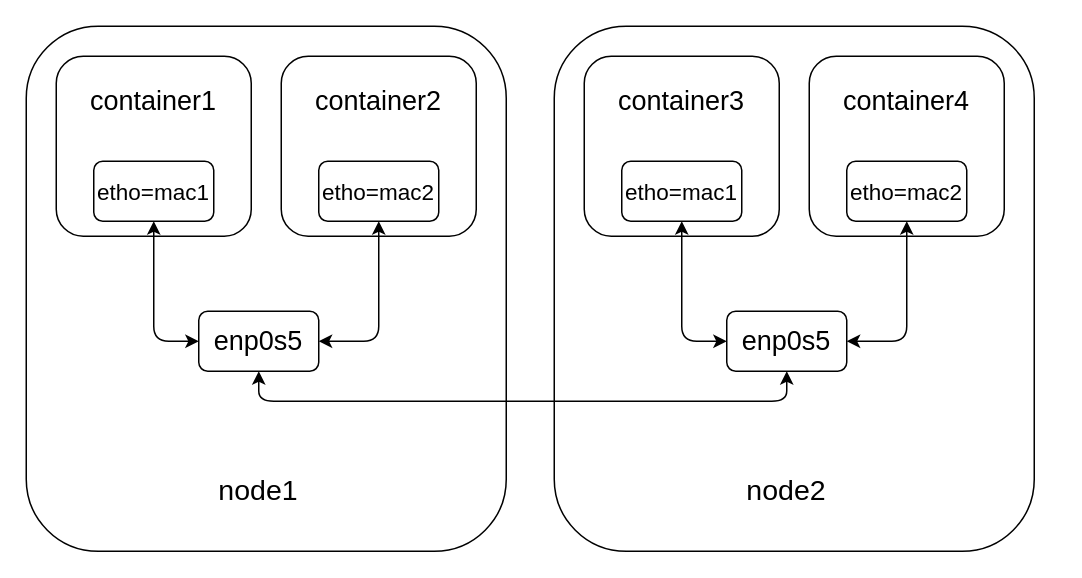
This is linux/linux_networl_dervice/images/macvlan_vlan_docker.drawio from lanzhiwang/awesome-huzhi, a draw.io file, before an edit. Source tidied: cells renumbered, new cells numbered last; positions are measured from the earlier drawing's top-left corner, leaving out a move shared by most shapes. Both pictures are drawn from the tidied source at 150%, with x=0, y=0 at pixel (26, 26).
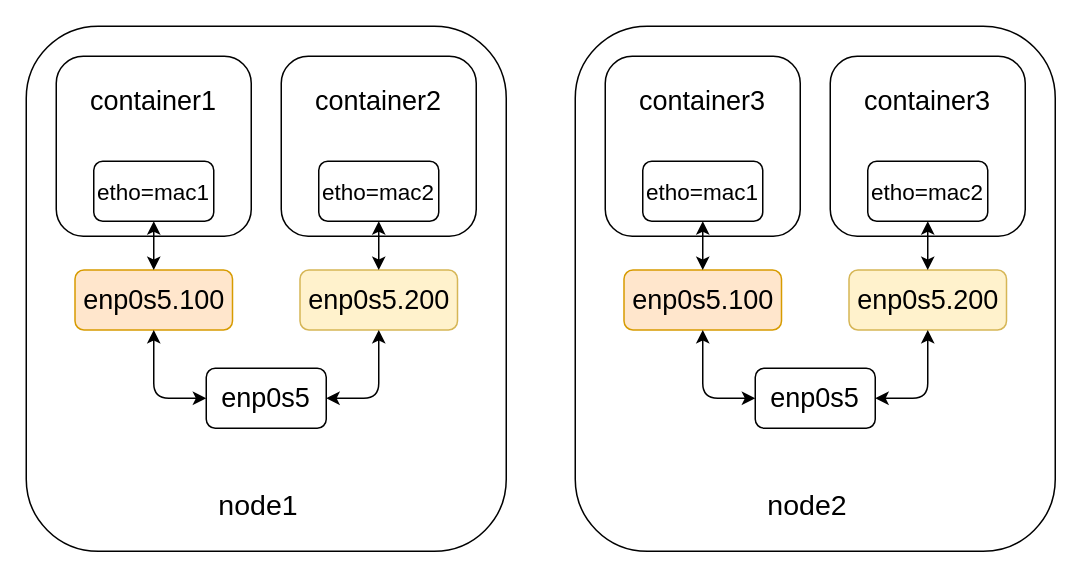
After the change.

The change refers to these unchanged cells:
```xml
<mxCell id="7" value="&lt;font style=&quot;font-size: 15px&quot;&gt;etho=mac1&lt;/font&gt;" style="rounded=1;whiteSpace=wrap;html=1;" parent="1" vertex="1">
  <mxGeometry x="45" y="90" width="80" height="40" as="geometry" />
</mxCell>
<mxCell id="10" value="&lt;font style=&quot;font-size: 15px&quot;&gt;etho=mac2&lt;/font&gt;" style="rounded=1;whiteSpace=wrap;html=1;" parent="1" vertex="1">
  <mxGeometry x="195" y="90" width="80" height="40" as="geometry" />
</mxCell>
```

Change to the diagram source:
```diff
@@
     <mxCell id="4" value="&lt;font style=&quot;font-size: 19px&quot;&gt;node1&lt;/font&gt;" style="rounded=1;whiteSpace=wrap;html=1;fillColor=#ffffff;strokeColor=none;" parent="1" vertex="1">
-      <mxGeometry x="120" y="290" width="70" height="40" as="geometry" />
+      <mxGeometry x="120" y="300" width="70" height="40" as="geometry" />
     </mxCell>
     <mxCell id="5" value="&lt;font style=&quot;font-size: 18px&quot;&gt;enp0s5&lt;/font&gt;" style="rounded=1;whiteSpace=wrap;html=1;" parent="1" vertex="1">
-      <mxGeometry x="115" y="190" width="80" height="40" as="geometry" />
+      <mxGeometry x="120" y="228" width="80" height="40" as="geometry" />
     </mxCell>
@@
-    <mxCell id="11" style="endArrow=classic;startArrow=classic;html=1;entryX=0.5;entryY=1;entryDx=0;entryDy=0;exitX=0;exitY=0.5;exitDx=0;exitDy=0;" parent="1" edge="1" source="5" target="7">
-      <mxGeometry relative="1" as="geometry">
-        <Array as="points">
-          <mxPoint x="85" y="210" />
-        </Array>
-      </mxGeometry>
-    </mxCell>
-    <mxCell id="12" style="endArrow=classic;startArrow=classic;html=1;entryX=0.5;entryY=1;entryDx=0;entryDy=0;exitX=1;exitY=0.5;exitDx=0;exitDy=0;" parent="1" edge="1" source="5" target="10">
-      <mxGeometry relative="1" as="geometry">
-        <Array as="points">
-          <mxPoint x="235" y="210" />
-        </Array>
-      </mxGeometry>
-    </mxCell>
-    <mxCell id="13" style="rounded=1;whiteSpace=wrap;html=1;" parent="1" vertex="1">
-      <mxGeometry x="352" width="320" height="350" as="geometry" />
-    </mxCell>
-    <mxCell id="14" style="rounded=1;whiteSpace=wrap;html=1;" parent="1" vertex="1">
-      <mxGeometry x="372" y="20" width="130" height="120" as="geometry" />
-    </mxCell>
+    <mxCell id="25" value="&lt;font style=&quot;font-size: 18px&quot;&gt;enp0s5.100&lt;/font&gt;" style="rounded=1;whiteSpace=wrap;html=1;fillColor=#ffe6cc;strokeColor=#d79b00;" parent="1" vertex="1">
+      <mxGeometry x="32.5" y="162.5" width="105" height="40" as="geometry" />
+    </mxCell>
+    <mxCell id="26" value="&lt;font style=&quot;font-size: 18px&quot;&gt;enp0s5.200&lt;/font&gt;" style="rounded=1;whiteSpace=wrap;html=1;fillColor=#fff2cc;strokeColor=#d6b656;" parent="1" vertex="1">
+      <mxGeometry x="182.5" y="162.5" width="105" height="40" as="geometry" />
+    </mxCell>
+    <mxCell id="27" style="endArrow=classic;startArrow=classic;html=1;exitX=0.5;exitY=1;exitDx=0;exitDy=0;" parent="1" edge="1" source="7" target="25">
+      <mxGeometry relative="1" as="geometry" />
+    </mxCell>
+    <mxCell id="28" style="endArrow=classic;startArrow=classic;html=1;exitX=0.5;exitY=1;exitDx=0;exitDy=0;" parent="1" edge="1" source="10" target="26">
+      <mxGeometry relative="1" as="geometry" />
+    </mxCell>
+    <mxCell id="29" style="endArrow=classic;startArrow=classic;html=1;exitX=0.5;exitY=1;exitDx=0;exitDy=0;entryX=0;entryY=0.5;entryDx=0;entryDy=0;" parent="1" edge="1" source="25" target="5">
+      <mxGeometry relative="1" as="geometry">
+        <Array as="points">
+          <mxPoint x="85" y="248" />
+        </Array>
+      </mxGeometry>
+    </mxCell>
+    <mxCell id="30" style="endArrow=classic;startArrow=classic;html=1;entryX=0.5;entryY=1;entryDx=0;entryDy=0;exitX=1;exitY=0.5;exitDx=0;exitDy=0;" parent="1" edge="1" source="5" target="26">
+      <mxGeometry relative="1" as="geometry">
+        <Array as="points">
+          <mxPoint x="235" y="248" />
+        </Array>
+      </mxGeometry>
+    </mxCell>
+    <mxCell id="31" style="rounded=1;whiteSpace=wrap;html=1;" parent="1" vertex="1">
+      <mxGeometry x="366" width="320" height="350" as="geometry" />
+    </mxCell>
+    <mxCell id="32" style="rounded=1;whiteSpace=wrap;html=1;" parent="1" vertex="1">
+      <mxGeometry x="386" y="20" width="130" height="120" as="geometry" />
+    </mxCell>
-    <mxCell id="15" value="&lt;font style=&quot;font-size: 19px&quot;&gt;node2&lt;/font&gt;" style="rounded=1;whiteSpace=wrap;html=1;strokeColor=none;" parent="1" vertex="1">
-      <mxGeometry x="472" y="290" width="70" height="40" as="geometry" />
+    <mxCell id="15" value="&lt;font style=&quot;font-size: 19px&quot;&gt;node2&lt;/font&gt;" style="rounded=1;whiteSpace=wrap;html=1;fillColor=#ffffff;strokeColor=none;" parent="1" vertex="1">
+      <mxGeometry x="486" y="300" width="70" height="40" as="geometry" />
     </mxCell>
     <mxCell id="16" value="&lt;font style=&quot;font-size: 18px&quot;&gt;enp0s5&lt;/font&gt;" style="rounded=1;whiteSpace=wrap;html=1;" parent="1" vertex="1">
-      <mxGeometry x="467" y="190" width="80" height="40" as="geometry" />
+      <mxGeometry x="486" y="228" width="80" height="40" as="geometry" />
     </mxCell>
-    <mxCell id="17" value="&lt;font style=&quot;font-size: 18px&quot;&gt;container3&lt;/font&gt;" style="rounded=1;whiteSpace=wrap;html=1;strokeColor=none;" parent="1" vertex="1">
-      <mxGeometry x="392" y="30" width="90" height="40" as="geometry" />
-    </mxCell>
+    <mxCell id="33" value="&lt;font style=&quot;font-size: 18px&quot;&gt;container3&lt;/font&gt;" style="rounded=1;whiteSpace=wrap;html=1;strokeColor=none;" parent="1" vertex="1">
+      <mxGeometry x="406" y="30" width="90" height="40" as="geometry" />
+    </mxCell>
     <mxCell id="18" value="&lt;font style=&quot;font-size: 15px&quot;&gt;etho=mac1&lt;/font&gt;" style="rounded=1;whiteSpace=wrap;html=1;" parent="1" vertex="1">
-      <mxGeometry x="397" y="90" width="80" height="40" as="geometry" />
+      <mxGeometry x="411" y="90" width="80" height="40" as="geometry" />
     </mxCell>
-    <mxCell id="19" style="rounded=1;whiteSpace=wrap;html=1;" parent="1" vertex="1">
-      <mxGeometry x="522" y="20" width="130" height="120" as="geometry" />
-    </mxCell>
-    <mxCell id="20" value="&lt;font style=&quot;font-size: 18px&quot;&gt;container4&lt;/font&gt;" style="rounded=1;whiteSpace=wrap;html=1;strokeColor=none;" parent="1" vertex="1">
-      <mxGeometry x="542" y="30" width="90" height="40" as="geometry" />
-    </mxCell>
+    <mxCell id="34" style="rounded=1;whiteSpace=wrap;html=1;" parent="1" vertex="1">
+      <mxGeometry x="536" y="20" width="130" height="120" as="geometry" />
+    </mxCell>
+    <mxCell id="35" value="&lt;font style=&quot;font-size: 18px&quot;&gt;container3&lt;/font&gt;" style="rounded=1;whiteSpace=wrap;html=1;strokeColor=none;" parent="1" vertex="1">
+      <mxGeometry x="556" y="30" width="90" height="40" as="geometry" />
+    </mxCell>
     <mxCell id="21" value="&lt;font style=&quot;font-size: 15px&quot;&gt;etho=mac2&lt;/font&gt;" style="rounded=1;whiteSpace=wrap;html=1;" parent="1" vertex="1">
-      <mxGeometry x="547" y="90" width="80" height="40" as="geometry" />
+      <mxGeometry x="561" y="90" width="80" height="40" as="geometry" />
     </mxCell>
-    <mxCell id="22" style="endArrow=classic;startArrow=classic;html=1;entryX=0.5;entryY=1;entryDx=0;entryDy=0;exitX=0;exitY=0.5;exitDx=0;exitDy=0;" parent="1" edge="1" source="16" target="18">
-      <mxGeometry relative="1" as="geometry">
-        <Array as="points">
-          <mxPoint x="437" y="210" />
-        </Array>
-      </mxGeometry>
-    </mxCell>
-    <mxCell id="23" style="endArrow=classic;startArrow=classic;html=1;entryX=0.5;entryY=1;entryDx=0;entryDy=0;exitX=1;exitY=0.5;exitDx=0;exitDy=0;" parent="1" edge="1" source="16" target="21">
-      <mxGeometry relative="1" as="geometry">
-        <Array as="points">
-          <mxPoint x="587" y="210" />
-        </Array>
-      </mxGeometry>
-    </mxCell>
-    <mxCell id="24" style="endArrow=classic;startArrow=classic;html=1;entryX=0.5;entryY=1;entryDx=0;entryDy=0;exitX=0.5;exitY=1;exitDx=0;exitDy=0;" parent="1" edge="1" source="16" target="5">
-      <mxGeometry relative="1" as="geometry">
-        <Array as="points">
-          <mxPoint x="507" y="250" />
-          <mxPoint x="155" y="250" />
-        </Array>
-      </mxGeometry>
-    </mxCell>
+    <mxCell id="36" value="&lt;font style=&quot;font-size: 18px&quot;&gt;enp0s5.100&lt;/font&gt;" style="rounded=1;whiteSpace=wrap;html=1;fillColor=#ffe6cc;strokeColor=#d79b00;" parent="1" vertex="1">
+      <mxGeometry x="398.5" y="162.5" width="105" height="40" as="geometry" />
+    </mxCell>
+    <mxCell id="37" value="&lt;font style=&quot;font-size: 18px&quot;&gt;enp0s5.200&lt;/font&gt;" style="rounded=1;whiteSpace=wrap;html=1;fillColor=#fff2cc;strokeColor=#d6b656;" parent="1" vertex="1">
+      <mxGeometry x="548.5" y="162.5" width="105" height="40" as="geometry" />
+    </mxCell>
+    <mxCell id="38" style="endArrow=classic;startArrow=classic;html=1;exitX=0.5;exitY=1;exitDx=0;exitDy=0;" parent="1" edge="1" source="18" target="36">
+      <mxGeometry relative="1" as="geometry" />
+    </mxCell>
+    <mxCell id="39" style="endArrow=classic;startArrow=classic;html=1;exitX=0.5;exitY=1;exitDx=0;exitDy=0;" parent="1" edge="1" source="21" target="37">
+      <mxGeometry relative="1" as="geometry" />
+    </mxCell>
+    <mxCell id="40" style="endArrow=classic;startArrow=classic;html=1;exitX=0.5;exitY=1;exitDx=0;exitDy=0;entryX=0;entryY=0.5;entryDx=0;entryDy=0;" parent="1" edge="1" source="36" target="16">
+      <mxGeometry relative="1" as="geometry">
+        <Array as="points">
+          <mxPoint x="451" y="248" />
+        </Array>
+      </mxGeometry>
+    </mxCell>
+    <mxCell id="41" style="endArrow=classic;startArrow=classic;html=1;entryX=0.5;entryY=1;entryDx=0;entryDy=0;exitX=1;exitY=0.5;exitDx=0;exitDy=0;" parent="1" edge="1" source="16" target="37">
+      <mxGeometry relative="1" as="geometry">
+        <Array as="points">
+          <mxPoint x="601" y="248" />
+        </Array>
+      </mxGeometry>
+    </mxCell>
```
